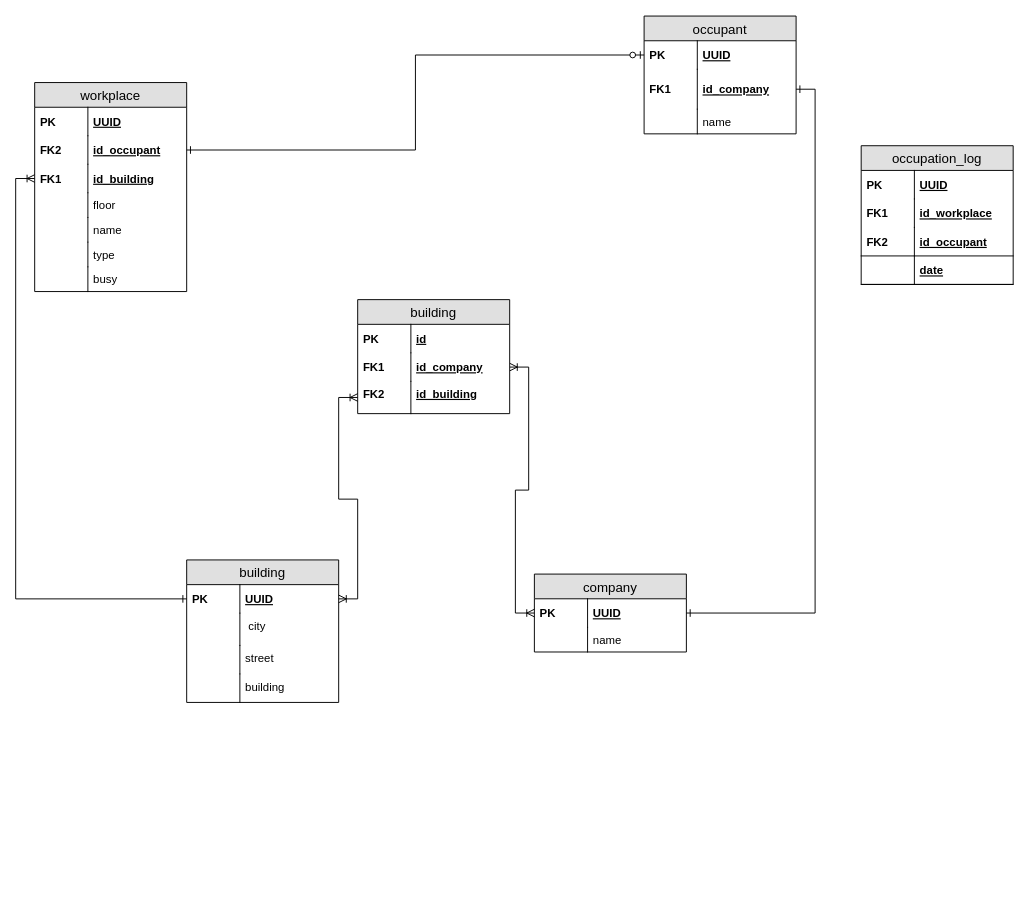
Earlier version of the draw.io diagram workplace-reservation-service-erd.drawio (Hunkizzz/project-zebra-diagrams). Source tidied: cells renumbered, new cells numbered last; positions are measured from the earlier drawing's top-left corner, leaving out a move shared by most shapes. Both pictures are drawn from the tidied source at 95%, with x=0, y=0 at pixel (34, 15).
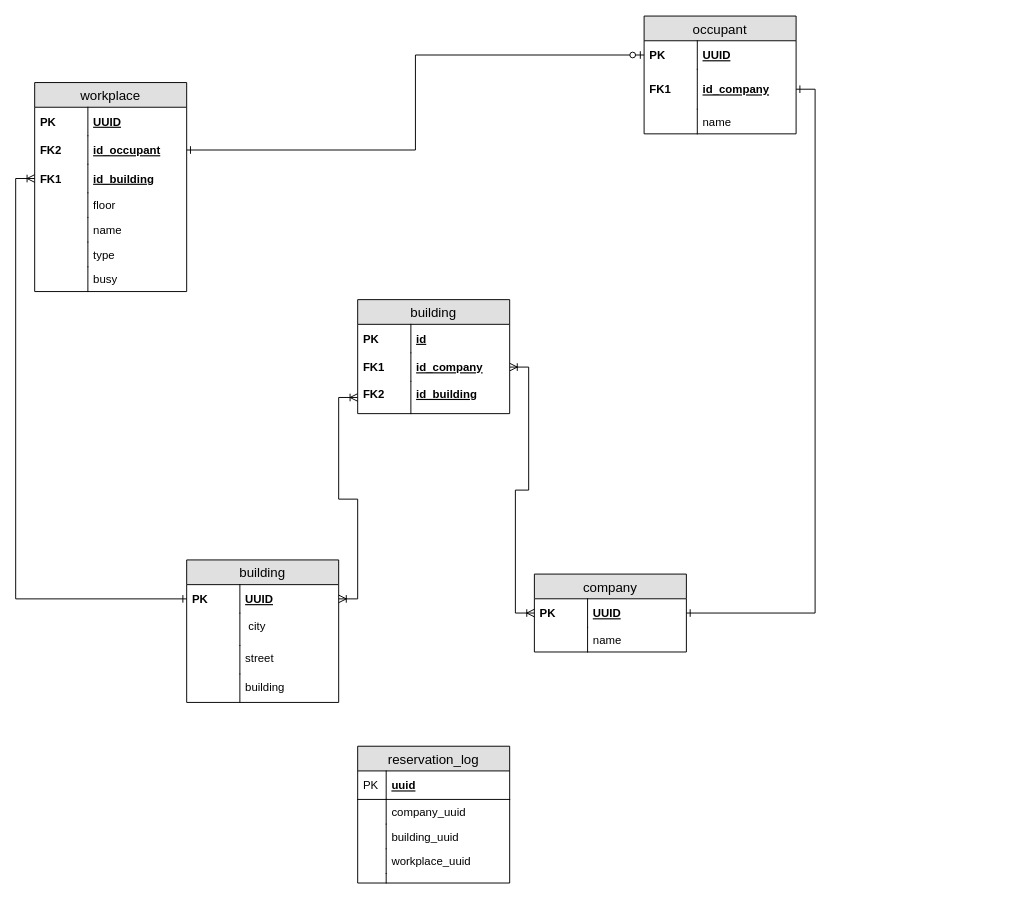
Above is the later version.

What changed in the source:
```diff
@@
-    <mxCell id="14" value="occupation_log" style="swimlane;fontStyle=0;horizontal=1;startSize=26;fillColor=#e0e0e0;swimlaneFillColor=#ffffff;align=center;fontSize=14;" parent="1" vertex="1">
-      <mxGeometry x="870" y="136.9" width="160" height="146" as="geometry" />
-    </mxCell>
-    <mxCell id="15" value="UUID" style="shape=partialRectangle;top=0;left=0;right=0;bottom=0;align=left;verticalAlign=middle;fillColor=none;spacingLeft=60;spacingRight=4;overflow=hidden;fontStyle=5;fontSize=12;" parent="14" vertex="1">
-      <mxGeometry y="26" width="160" height="30" as="geometry" />
-    </mxCell>
-    <mxCell id="16" value="PK" style="shape=partialRectangle;fontStyle=1;top=0;left=0;bottom=0;fillColor=none;align=left;verticalAlign=middle;spacingLeft=4;spacingRight=4;overflow=hidden;fontSize=12;" parent="15" vertex="1">
-      <mxGeometry width="56" height="30" as="geometry" />
-    </mxCell>
-    <mxCell id="17" value="id_workplace" style="shape=partialRectangle;top=0;left=0;right=0;bottom=0;align=left;verticalAlign=middle;fillColor=none;spacingLeft=60;spacingRight=4;overflow=hidden;fontStyle=5;fontSize=12;" parent="14" vertex="1">
-      <mxGeometry y="56" width="160" height="30" as="geometry" />
-    </mxCell>
-    <mxCell id="18" value="FK1" style="shape=partialRectangle;fontStyle=1;top=0;left=0;bottom=0;fillColor=none;align=left;verticalAlign=middle;spacingLeft=4;spacingRight=4;overflow=hidden;fontSize=12;" parent="17" vertex="1">
-      <mxGeometry width="56" height="30" as="geometry" />
-    </mxCell>
-    <mxCell id="19" value="id_occupant" style="shape=partialRectangle;top=0;left=0;right=0;bottom=1;align=left;verticalAlign=middle;fillColor=none;spacingLeft=60;spacingRight=4;overflow=hidden;fontStyle=5;fontSize=12;" parent="14" vertex="1">
-      <mxGeometry y="86" width="160" height="30" as="geometry" />
-    </mxCell>
-    <mxCell id="20" value="FK2" style="shape=partialRectangle;fontStyle=1;top=0;left=0;bottom=0;fillColor=none;align=left;verticalAlign=middle;spacingLeft=4;spacingRight=4;overflow=hidden;fontSize=12;" parent="19" vertex="1">
-      <mxGeometry width="56" height="30" as="geometry" />
-    </mxCell>
-    <mxCell id="21" value="date" style="shape=partialRectangle;top=0;left=0;right=0;bottom=1;align=left;verticalAlign=middle;fillColor=none;spacingLeft=60;spacingRight=4;overflow=hidden;fontStyle=5;fontSize=12;" parent="14" vertex="1">
-      <mxGeometry y="116" width="160" height="30" as="geometry" />
-    </mxCell>
-    <mxCell id="22" style="shape=partialRectangle;fontStyle=1;top=0;left=0;bottom=0;fillColor=none;align=left;verticalAlign=middle;spacingLeft=4;spacingRight=4;overflow=hidden;fontSize=12;" parent="21" vertex="1">
-      <mxGeometry width="56" height="30" as="geometry" />
-    </mxCell>
@@
+    <mxCell id="59" value="reservation_log" style="swimlane;fontStyle=0;horizontal=1;startSize=26;fillColor=#e0e0e0;swimlaneFillColor=#ffffff;align=center;fontSize=14;" parent="1" vertex="1">
+      <mxGeometry x="340" y="769" width="160" height="144" as="geometry" />
+    </mxCell>
+    <mxCell id="60" value="uuid" style="shape=partialRectangle;top=0;left=0;right=0;bottom=1;align=left;verticalAlign=middle;fillColor=none;spacingLeft=34;spacingRight=4;overflow=hidden;fontStyle=5;fontSize=12;" parent="59" vertex="1">
+      <mxGeometry y="26" width="160" height="30" as="geometry" />
+    </mxCell>
+    <mxCell id="16" value="PK" style="shape=partialRectangle;top=0;left=0;bottom=0;fillColor=none;align=left;verticalAlign=middle;spacingLeft=4;spacingRight=4;overflow=hidden;fontSize=12;" parent="60" vertex="1">
+      <mxGeometry width="30" height="30" as="geometry" />
+    </mxCell>
+    <mxCell id="61" value="company_uuid" style="shape=partialRectangle;top=0;left=0;right=0;bottom=0;align=left;verticalAlign=top;fillColor=none;spacingLeft=34;spacingRight=4;overflow=hidden;fontSize=12;" parent="59" vertex="1">
+      <mxGeometry y="56" width="160" height="26" as="geometry" />
+    </mxCell>
+    <mxCell id="62" style="shape=partialRectangle;top=0;left=0;bottom=0;fillColor=none;align=left;verticalAlign=top;spacingLeft=4;spacingRight=4;overflow=hidden;fontSize=12;" parent="61" vertex="1">
+      <mxGeometry width="30" height="26" as="geometry" />
+    </mxCell>
+    <mxCell id="63" value="building_uuid" style="shape=partialRectangle;top=0;left=0;right=0;bottom=0;align=left;verticalAlign=top;fillColor=none;spacingLeft=34;spacingRight=4;overflow=hidden;fontSize=12;" parent="59" vertex="1">
+      <mxGeometry y="82" width="160" height="26" as="geometry" />
+    </mxCell>
+    <mxCell id="64" style="shape=partialRectangle;top=0;left=0;bottom=0;fillColor=none;align=left;verticalAlign=top;spacingLeft=4;spacingRight=4;overflow=hidden;fontSize=12;" parent="63" vertex="1">
+      <mxGeometry width="30" height="26" as="geometry" />
+    </mxCell>
+    <mxCell id="65" value="workplace_uuid" style="shape=partialRectangle;top=0;left=0;right=0;bottom=0;align=left;verticalAlign=top;fillColor=none;spacingLeft=34;spacingRight=4;overflow=hidden;fontSize=12;" parent="59" vertex="1">
+      <mxGeometry y="108" width="160" height="26" as="geometry" />
+    </mxCell>
+    <mxCell id="66" style="shape=partialRectangle;top=0;left=0;bottom=0;fillColor=none;align=left;verticalAlign=top;spacingLeft=4;spacingRight=4;overflow=hidden;fontSize=12;" parent="65" vertex="1">
+      <mxGeometry width="30" height="26" as="geometry" />
+    </mxCell>
+    <mxCell id="67" style="shape=partialRectangle;top=0;left=0;right=0;bottom=0;align=left;verticalAlign=top;fillColor=none;spacingLeft=34;spacingRight=4;overflow=hidden;fontSize=12;" parent="59" vertex="1">
+      <mxGeometry y="134" width="160" height="10" as="geometry" />
+    </mxCell>
+    <mxCell id="68" style="shape=partialRectangle;top=0;left=0;bottom=0;fillColor=none;align=left;verticalAlign=top;spacingLeft=4;spacingRight=4;overflow=hidden;fontSize=12;" parent="67" vertex="1">
+      <mxGeometry width="30" height="10" as="geometry" />
+    </mxCell>
```
